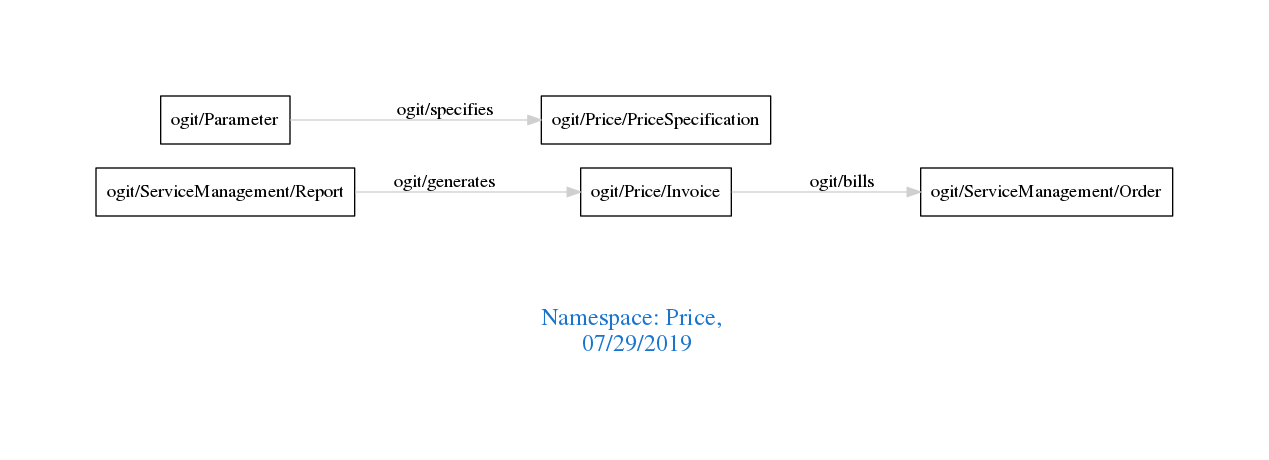
Above: downloads/Price.png in arago/OGIT (Graphviz), before the change. Its source is kept beside it as downloads/Price.dot.
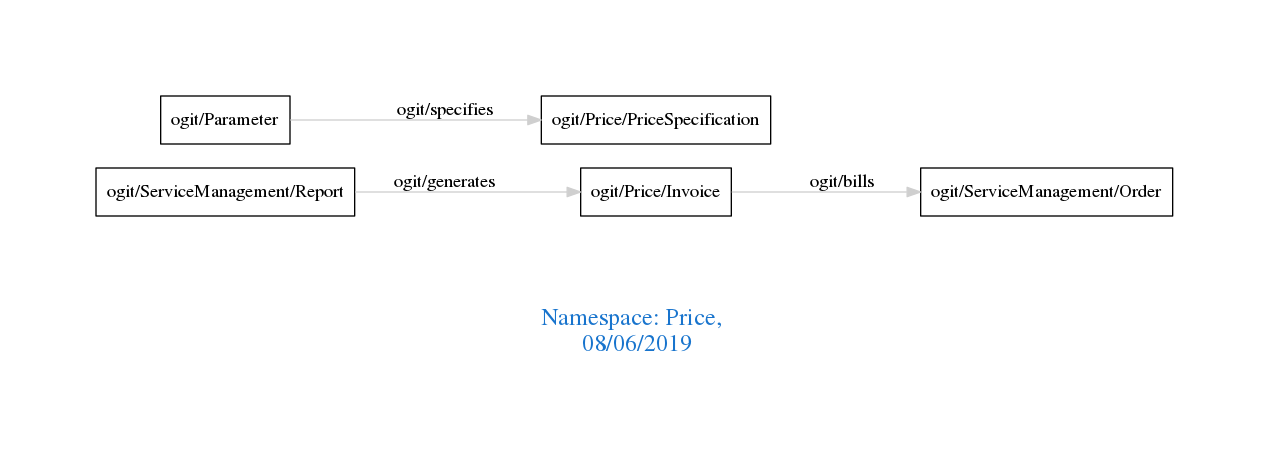
The same diagram one commit later.

Diff of the diagram source:
```diff
@@ -1,7 +1,7 @@
 digraph OGIT_ontology {
  graph [ rankdir= LR,pad=1
 fontsize = 18,
-fontcolor= dodgerblue3,label = "\n\n\nNamespace: Price, \n 07/29/2019"];
+fontcolor= dodgerblue3,label = "\n\n\nNamespace: Price, \n 08/06/2019"];
 node[shape=polygon];
 edge [  color="gray81"];
 
```
